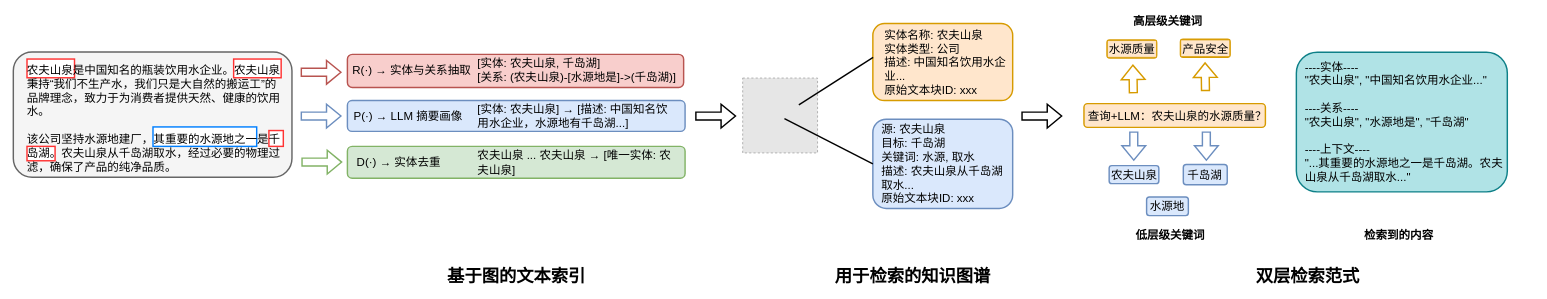
The draw.io diagram diagrams/overall_architecture_of_the_lightrag_framework.drawio in real-jiakai/draw, before the edit. Source tidied: cells renumbered, new cells numbered last; positions are measured from the earlier drawing's top-left corner, leaving out a move shared by most shapes. Both pictures are drawn from the tidied source at 72%, with x=0, y=0 at pixel (13, 12). Pictures stored in the file or linked from it are replaced by grey dashed boxes.
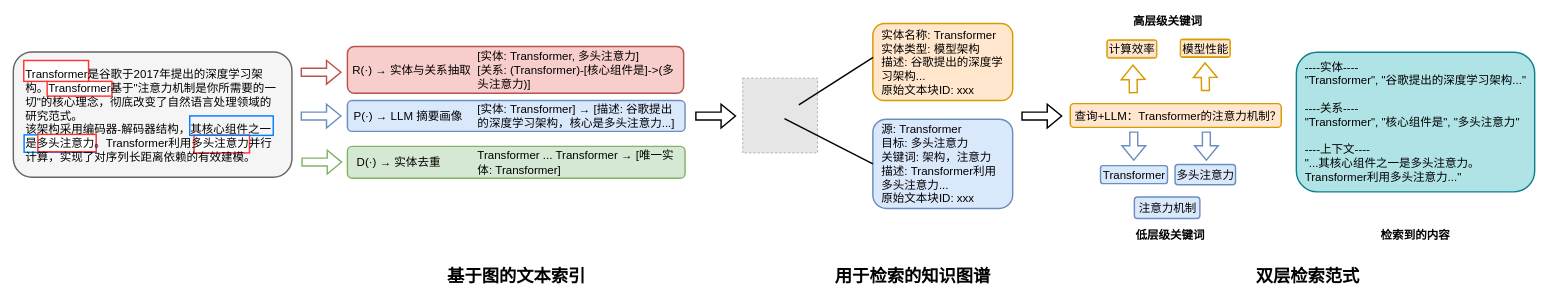
Above is the later version.

The edit, as a diff of the source:
```diff
@@
     <mxCell id="2" style="rounded=1;whiteSpace=wrap;html=1;fillColor=#b0e3e6;strokeColor=#0e8088;strokeWidth=2;" parent="1" vertex="1">
-      <mxGeometry x="1782" y="55" width="293" height="194" as="geometry" />
+      <mxGeometry x="1782" y="55" width="331" height="194" as="geometry" />
     </mxCell>
     <mxCell id="3" style="rounded=1;whiteSpace=wrap;html=1;fillColor=#dae8fc;strokeColor=#6c8ebf;strokeWidth=2;" parent="1" vertex="1">
-      <mxGeometry x="1522" y="212.5" width="69" height="25" as="geometry" />
+      <mxGeometry x="1510" y="212.5" width="93" height="25" as="geometry" />
     </mxCell>
     <mxCell id="4" style="rounded=1;whiteSpace=wrap;html=1;fillColor=#ffe6cc;strokeColor=#d79b00;strokeWidth=2;" parent="1" vertex="1">
-      <mxGeometry x="1487" y="126.4" width="252" height="33" as="geometry" />
+      <mxGeometry x="1468" y="126.4" width="293" height="33" as="geometry" />
     </mxCell>
@@
     <mxCell id="9" style="rounded=1;whiteSpace=wrap;html=1;strokeWidth=2;fillColor=#f8cecc;strokeColor=#b85450;" parent="1" vertex="1">
-      <mxGeometry x="464" y="58" width="467" height="46" as="geometry" />
+      <mxGeometry x="464" y="47" width="467" height="65" as="geometry" />
     </mxCell>
@@
     <mxCell id="11" style="rounded=0;whiteSpace=wrap;html=1;strokeColor=#007FFF;strokeWidth=2;" parent="1" vertex="1">
-      <mxGeometry x="194" y="158.8" width="144" height="27" as="geometry" />
+      <mxGeometry x="15" y="169.8" width="100" height="24.2" as="geometry" />
     </mxCell>
     <mxCell id="12" style="rounded=0;whiteSpace=wrap;html=1;strokeColor=#FF3333;strokeWidth=2;" parent="1" vertex="1">
-      <mxGeometry x="19" y="185.8" width="39" height="20" as="geometry" />
+      <mxGeometry x="34" y="169.2" width="81" height="24" as="geometry" />
     </mxCell>
     <mxCell id="13" style="rounded=0;whiteSpace=wrap;html=1;strokeColor=#FF3333;strokeWidth=2;" parent="1" vertex="1">
-      <mxGeometry x="355" y="163.8" width="20" height="22" as="geometry" />
+      <mxGeometry x="251" y="170.1" width="77" height="24.8" as="geometry" />
     </mxCell>
     <mxCell id="14" style="rounded=0;whiteSpace=wrap;html=1;strokeColor=#FF3333;strokeWidth=2;" parent="1" vertex="1">
-      <mxGeometry x="306" y="64.5" width="66" height="26" as="geometry" />
+      <mxGeometry x="47" y="95.5" width="90" height="20.5" as="geometry" />
     </mxCell>
     <mxCell id="15" style="rounded=0;whiteSpace=wrap;html=1;strokeColor=#FF3333;strokeWidth=2;" parent="1" vertex="1">
-      <mxGeometry x="19" y="64.5" width="66" height="26" as="geometry" />
+      <mxGeometry x="14.5" y="66.5" width="90" height="29" as="geometry" />
     </mxCell>
-    <mxCell id="16" value="&lt;span style=&quot;font-size: 16px;&quot;&gt;农夫山泉是中国知名的瓶装饮用水企业。农夫山泉秉持“我们不生产水，我们只是大自然的搬运工”的品牌理念，致力于为消费者提供天然、健康的饮用水。&lt;/span&gt;&lt;div&gt;&lt;span style=&quot;font-size: 16px;&quot;&gt;&lt;br&gt;&lt;/span&gt;&lt;/div&gt;&lt;div&gt;&lt;span style=&quot;font-size: 16px;&quot;&gt;该公司坚持水源地建厂，其重要的水源地之一是千岛湖。农夫山泉从千岛湖取水，经过必要的物理过滤，确保了产品的纯净品质。&lt;/span&gt;&lt;/div&gt;" style="text;html=1;align=left;verticalAlign=middle;whiteSpace=wrap;rounded=0;" parent="1" vertex="1">
-      <mxGeometry x="17" y="71.8" width="358" height="150" as="geometry" />
+    <mxCell id="16" value="&lt;div&gt;&lt;span style=&quot;font-size: 16px;&quot;&gt;Transformer是谷歌于2017年提出的深度学习架构。Transformer基于&quot;注意力机制是你所需要的一切&quot;的核心理念，彻底改变了自然语言处理领域的研究范式。&lt;/span&gt;&lt;/div&gt;&lt;div&gt;&lt;span style=&quot;font-size: 16px;&quot;&gt;该架构采用编码器-解码器结构，其核心组件之一是多头注意力。Transformer利用多头注意力并行计算，实现了对序列长距离依赖的有效建模。&lt;/span&gt;&lt;/div&gt;" style="text;html=1;align=left;verticalAlign=middle;whiteSpace=wrap;rounded=0;" parent="1" vertex="1">
+      <mxGeometry x="15" y="67.9" width="358" height="150" as="geometry" />
     </mxCell>
@@
-    <mxCell id="18" value="&lt;div&gt;&lt;span style=&quot;font-size: 16px;&quot;&gt;[实体: 农夫山泉, 千岛湖]&lt;/span&gt;&lt;/div&gt;&lt;div&gt;&lt;span style=&quot;font-size: 16px;&quot;&gt;[关系: (农夫山泉)-[水源地是]-&amp;gt;(千岛湖)]&lt;/span&gt;&lt;/div&gt;" style="text;html=1;align=left;verticalAlign=middle;whiteSpace=wrap;rounded=0;" parent="1" vertex="1">
+    <mxCell id="18" value="&lt;div&gt;&lt;span style=&quot;font-size: 16px;&quot;&gt;[实体: Transformer, 多头注意力]&lt;/span&gt;&lt;/div&gt;&lt;div&gt;&lt;span style=&quot;font-size: 16px;&quot;&gt;[关系: (Transformer)-[核心组件是]-&amp;gt;(多头注意力)]&lt;/span&gt;&lt;/div&gt;" style="text;html=1;align=left;verticalAlign=middle;whiteSpace=wrap;rounded=0;" parent="1" vertex="1">
       <mxGeometry x="643" y="53.2" width="281" height="53" as="geometry" />
     </mxCell>
@@
-    <mxCell id="20" value="&lt;span style=&quot;font-size: 16px;&quot;&gt;[实体: 农夫山泉] → [描述: 中国知名饮用水企业，水源地有千岛湖...]&lt;/span&gt;" style="text;html=1;align=left;verticalAlign=middle;whiteSpace=wrap;rounded=0;" parent="1" vertex="1">
+    <mxCell id="20" value="&lt;span style=&quot;font-size: 16px;&quot;&gt;[实体: Transformer] → [描述: 谷歌提出的深度学习架构，核心是多头注意力...]&lt;/span&gt;" style="text;html=1;align=left;verticalAlign=middle;whiteSpace=wrap;rounded=0;" parent="1" vertex="1">
       <mxGeometry x="643" y="117.5" width="281" height="53" as="geometry" />
     </mxCell>
@@
-    <mxCell id="22" value="&lt;span style=&quot;font-size: 16px;&quot;&gt;农夫山泉 ... 农夫山泉 → [唯一实体: 农夫山泉]&lt;/span&gt;" style="text;html=1;align=left;verticalAlign=middle;whiteSpace=wrap;rounded=0;" parent="1" vertex="1">
+    <mxCell id="22" value="&lt;span style=&quot;font-size: 16px;&quot;&gt;Transformer ... Transformer → [唯一实体: Transformer]&lt;/span&gt;" style="text;html=1;align=left;verticalAlign=middle;whiteSpace=wrap;rounded=0;" parent="1" vertex="1">
       <mxGeometry x="643" y="181.4" width="281" height="53" as="geometry" />
     </mxCell>
@@
-    <mxCell id="25" value="&lt;div&gt;&lt;span style=&quot;font-size: 16px;&quot;&gt;实体名称: 农夫山泉&lt;/span&gt;&lt;/div&gt;&lt;div&gt;&lt;span style=&quot;font-size: 16px;&quot;&gt;实体类型: 公司&lt;/span&gt;&lt;/div&gt;&lt;div&gt;&lt;span style=&quot;font-size: 16px;&quot;&gt;描述: 中国知名饮用水企业...&lt;/span&gt;&lt;/div&gt;&lt;div&gt;&lt;span style=&quot;font-size: 16px;&quot;&gt;原始文本块ID: xxx&lt;/span&gt;&lt;/div&gt;" style="text;html=1;align=left;verticalAlign=middle;whiteSpace=wrap;rounded=0;" parent="1" vertex="1">
-      <mxGeometry x="1208.1" y="25.2" width="188.2" height="87" as="geometry" />
+    <mxCell id="25" value="&lt;div&gt;&lt;span style=&quot;font-size: 16px;&quot;&gt;实体名称: Transformer&lt;/span&gt;&lt;/div&gt;&lt;div&gt;&lt;span style=&quot;font-size: 16px;&quot;&gt;实体类型: 模型架构&lt;/span&gt;&lt;/div&gt;&lt;div&gt;&lt;span style=&quot;font-size: 16px;&quot;&gt;描述: 谷歌提出的深度学习架构...&lt;/span&gt;&lt;/div&gt;&lt;div&gt;&lt;span style=&quot;font-size: 16px;&quot;&gt;原始文本块ID: xxx&lt;/span&gt;&lt;/div&gt;" style="text;html=1;align=left;verticalAlign=middle;whiteSpace=wrap;rounded=0;" parent="1" vertex="1">
+      <mxGeometry x="1204" y="25.4" width="183.2" height="86.8" as="geometry" />
     </mxCell>
-    <mxCell id="26" value="&lt;div&gt;&lt;span style=&quot;font-size: 16px;&quot;&gt;源: 农夫山泉&lt;/span&gt;&lt;/div&gt;&lt;div&gt;&lt;span style=&quot;font-size: 16px;&quot;&gt;目标: 千岛湖&lt;/span&gt;&lt;/div&gt;&lt;div&gt;&lt;span style=&quot;font-size: 16px;&quot;&gt;关键词: 水源, 取水&lt;/span&gt;&lt;/div&gt;&lt;div&gt;&lt;span style=&quot;font-size: 16px;&quot;&gt;描述: 农夫山泉从千岛湖取水...&lt;/span&gt;&lt;/div&gt;&lt;div&gt;&lt;span style=&quot;font-size: 16px;&quot;&gt;原始文本块ID: xxx&lt;/span&gt;&lt;/div&gt;" style="text;html=1;align=left;verticalAlign=middle;whiteSpace=wrap;rounded=0;" parent="1" vertex="1">
+    <mxCell id="26" value="&lt;div&gt;&lt;span style=&quot;font-size: 16px;&quot;&gt;源: Transformer&lt;/span&gt;&lt;/div&gt;&lt;div&gt;&lt;span style=&quot;font-size: 16px;&quot;&gt;目标: 多头注意力&lt;/span&gt;&lt;/div&gt;&lt;div&gt;&lt;span style=&quot;font-size: 16px;&quot;&gt;关键词: 架构，注意力&lt;/span&gt;&lt;/div&gt;&lt;div&gt;&lt;span style=&quot;font-size: 16px;&quot;&gt;描述: Transformer利用多头注意力...&lt;/span&gt;&lt;/div&gt;&lt;div&gt;&lt;span style=&quot;font-size: 16px;&quot;&gt;原始文本块ID: xxx&lt;/span&gt;&lt;/div&gt;" style="text;html=1;align=left;verticalAlign=middle;whiteSpace=wrap;rounded=0;" parent="1" vertex="1">
       <mxGeometry x="1204" y="155" width="172" height="110" as="geometry" />
     </mxCell>
@@
-    <mxCell id="31" value="&lt;font style=&quot;font-size: 16px;&quot;&gt;查询+LLM：农夫山泉的水源质量？&lt;/font&gt;" style="text;html=1;align=center;verticalAlign=middle;whiteSpace=wrap;rounded=0;" parent="1" vertex="1">
-      <mxGeometry x="1491" y="131.6" width="252" height="23" as="geometry" />
+    <mxCell id="31" value="&lt;font style=&quot;font-size: 16px;&quot;&gt;查询+LLM：Transformer的注意力机制？&lt;/font&gt;" style="text;html=1;align=center;verticalAlign=middle;whiteSpace=wrap;rounded=0;" parent="1" vertex="1">
+      <mxGeometry x="1472" y="132.5" width="292" height="23" as="geometry" />
     </mxCell>
@@
-    <mxCell id="33" value="&lt;span style=&quot;font-size: 16px;&quot;&gt;农夫山泉&lt;/span&gt;" style="text;html=1;align=center;verticalAlign=middle;whiteSpace=wrap;rounded=0;" parent="1" vertex="1">
-      <mxGeometry x="1522.5" y="213.5" width="68" height="23" as="geometry" />
+    <mxCell id="33" value="&lt;span style=&quot;font-size: 16px;&quot;&gt;Transformer&lt;/span&gt;" style="text;html=1;align=center;verticalAlign=middle;whiteSpace=wrap;rounded=0;" parent="1" vertex="1">
+      <mxGeometry x="1522.5" y="213" width="68" height="23" as="geometry" />
     </mxCell>
@@
     <mxCell id="35" value="&lt;span style=&quot;font-size: 16px;&quot;&gt;&lt;b&gt;检索到的内容&lt;/b&gt;&lt;/span&gt;" style="text;html=1;align=center;verticalAlign=middle;whiteSpace=wrap;rounded=0;" parent="1" vertex="1">
-      <mxGeometry x="1846" y="293" width="157" height="31" as="geometry" />
+      <mxGeometry x="1869" y="293" width="157" height="31" as="geometry" />
     </mxCell>
-    <mxCell id="36" value="&lt;div&gt;&lt;span style=&quot;font-size: 16px;&quot;&gt;----实体----&lt;/span&gt;&lt;/div&gt;&lt;div&gt;&lt;span style=&quot;font-size: 16px;&quot;&gt;&quot;农夫山泉&quot;, &quot;中国知名饮用水企业...&quot;&lt;/span&gt;&lt;/div&gt;&lt;div&gt;&lt;span style=&quot;font-size: 16px;&quot;&gt;&lt;br&gt;&lt;/span&gt;&lt;/div&gt;&lt;div&gt;&lt;span style=&quot;font-size: 16px;&quot;&gt;----关系----&lt;/span&gt;&lt;/div&gt;&lt;div&gt;&lt;span style=&quot;font-size: 16px;&quot;&gt;&quot;农夫山泉&quot;, &quot;水源地是&quot;, &quot;千岛湖&quot;&lt;/span&gt;&lt;/div&gt;&lt;div&gt;&lt;span style=&quot;font-size: 16px;&quot;&gt;&lt;br&gt;&lt;/span&gt;&lt;/div&gt;&lt;div&gt;&lt;span style=&quot;font-size: 16px;&quot;&gt;----上下文----&lt;/span&gt;&lt;/div&gt;&lt;div&gt;&lt;span style=&quot;font-size: 16px;&quot;&gt;&quot;...其重要的水源地之一是千岛湖。农夫山泉从千岛湖取水...&quot;&lt;/span&gt;&lt;/div&gt;" style="text;html=1;align=left;verticalAlign=middle;whiteSpace=wrap;rounded=0;" parent="1" vertex="1">
-      <mxGeometry x="1792" y="64.8" width="287" height="174" as="geometry" />
+    <mxCell id="36" value="&lt;div&gt;&lt;span style=&quot;font-size: 16px;&quot;&gt;----实体----&lt;/span&gt;&lt;/div&gt;&lt;div&gt;&lt;span style=&quot;font-size: 16px;&quot;&gt;&quot;Transformer&quot;, &quot;谷歌提出的深度学习架构...&quot;&lt;/span&gt;&lt;/div&gt;&lt;div&gt;&lt;span style=&quot;font-size: 16px;&quot;&gt;&lt;br&gt;&lt;/span&gt;&lt;/div&gt;&lt;div&gt;&lt;span style=&quot;font-size: 16px;&quot;&gt;----关系----&lt;/span&gt;&lt;/div&gt;&lt;div&gt;&lt;span style=&quot;font-size: 16px;&quot;&gt;&quot;Transformer&quot;, &quot;核心组件是&quot;, &quot;多头注意力&quot;&lt;/span&gt;&lt;/div&gt;&lt;div&gt;&lt;span style=&quot;font-size: 16px;&quot;&gt;&lt;br&gt;&lt;/span&gt;&lt;/div&gt;&lt;div&gt;&lt;span style=&quot;font-size: 16px;&quot;&gt;----上下文----&lt;/span&gt;&lt;/div&gt;&lt;div&gt;&lt;span style=&quot;font-size: 16px;&quot;&gt;&quot;...其核心组件之一是多头注意力。Transformer利用多头注意力...&quot;&lt;/span&gt;&lt;/div&gt;" style="text;html=1;align=left;verticalAlign=middle;whiteSpace=wrap;rounded=0;" parent="1" vertex="1">
+      <mxGeometry x="1792" y="64.8" width="315" height="174" as="geometry" />
     </mxCell>
@@
     <mxCell id="42" style="rounded=1;whiteSpace=wrap;html=1;fillColor=#dae8fc;strokeColor=#6c8ebf;strokeWidth=2;" parent="1" vertex="1">
-      <mxGeometry x="1625" y="211" width="61" height="28" as="geometry" />
+      <mxGeometry x="1613.5" y="211" width="84" height="28" as="geometry" />
     </mxCell>
-    <mxCell id="43" value="&lt;span style=&quot;font-size: 16px;&quot;&gt;千岛湖&lt;/span&gt;" style="text;html=1;align=center;verticalAlign=middle;whiteSpace=wrap;rounded=0;" parent="1" vertex="1">
-      <mxGeometry x="1626.8" y="213" width="55.5" height="23" as="geometry" />
+    <mxCell id="43" value="&lt;span style=&quot;font-size: 16px;&quot;&gt;多头注意力&lt;/span&gt;" style="text;html=1;align=center;verticalAlign=middle;whiteSpace=wrap;rounded=0;" parent="1" vertex="1">
+      <mxGeometry x="1611.8" y="213.5" width="88.2" height="23" as="geometry" />
     </mxCell>
     <mxCell id="44" style="rounded=1;whiteSpace=wrap;html=1;fillColor=#dae8fc;strokeColor=#6c8ebf;strokeWidth=2;" parent="1" vertex="1">
-      <mxGeometry x="1574" y="256" width="58" height="26" as="geometry" />
+      <mxGeometry x="1557" y="256" width="91" height="30" as="geometry" />
     </mxCell>
-    <mxCell id="45" value="&lt;span style=&quot;font-size: 16px;&quot;&gt;水源地&lt;/span&gt;" style="text;html=1;align=center;verticalAlign=middle;whiteSpace=wrap;rounded=0;" parent="1" vertex="1">
-      <mxGeometry x="1575.2" y="257" width="55.5" height="23" as="geometry" />
+    <mxCell id="45" value="&lt;span style=&quot;font-size: 16px;&quot;&gt;注意力机制&lt;/span&gt;" style="text;html=1;align=center;verticalAlign=middle;whiteSpace=wrap;rounded=0;" parent="1" vertex="1">
+      <mxGeometry x="1561.6" y="259.5" width="82.8" height="23" as="geometry" />
     </mxCell>
@@
-    <mxCell id="51" value="&lt;span style=&quot;font-size: 16px;&quot;&gt;水源质量&lt;/span&gt;" style="text;html=1;align=center;verticalAlign=middle;whiteSpace=wrap;rounded=0;fillColor=#ffe6cc;strokeColor=#d79b00;" parent="1" vertex="1">
+    <mxCell id="51" value="&lt;span style=&quot;font-size: 16px;&quot;&gt;计算效率&lt;/span&gt;" style="text;html=1;align=center;verticalAlign=middle;whiteSpace=wrap;rounded=0;fillColor=#ffe6cc;strokeColor=#d79b00;" parent="1" vertex="1">
       <mxGeometry x="1519.5" y="39" width="68" height="23" as="geometry" />
     </mxCell>
@@
-    <mxCell id="53" value="&lt;span style=&quot;font-size: 16px;&quot;&gt;产品安全&lt;/span&gt;" style="text;html=1;align=center;verticalAlign=middle;whiteSpace=wrap;rounded=0;fillColor=#ffe6cc;strokeColor=#d79b00;" parent="1" vertex="1">
+    <mxCell id="53" value="&lt;span style=&quot;font-size: 16px;&quot;&gt;模型性能&lt;/span&gt;" style="text;html=1;align=center;verticalAlign=middle;whiteSpace=wrap;rounded=0;fillColor=#ffe6cc;strokeColor=#d79b00;" parent="1" vertex="1">
       <mxGeometry x="1621.5" y="38" width="68" height="23" as="geometry" />
     </mxCell>
+    <mxCell id="54" style="rounded=0;whiteSpace=wrap;html=1;strokeColor=#007FFF;strokeWidth=2;fillColor=none;" parent="1" vertex="1">
+      <mxGeometry x="245" y="143.5" width="116" height="27" as="geometry" />
+    </mxCell>
```
